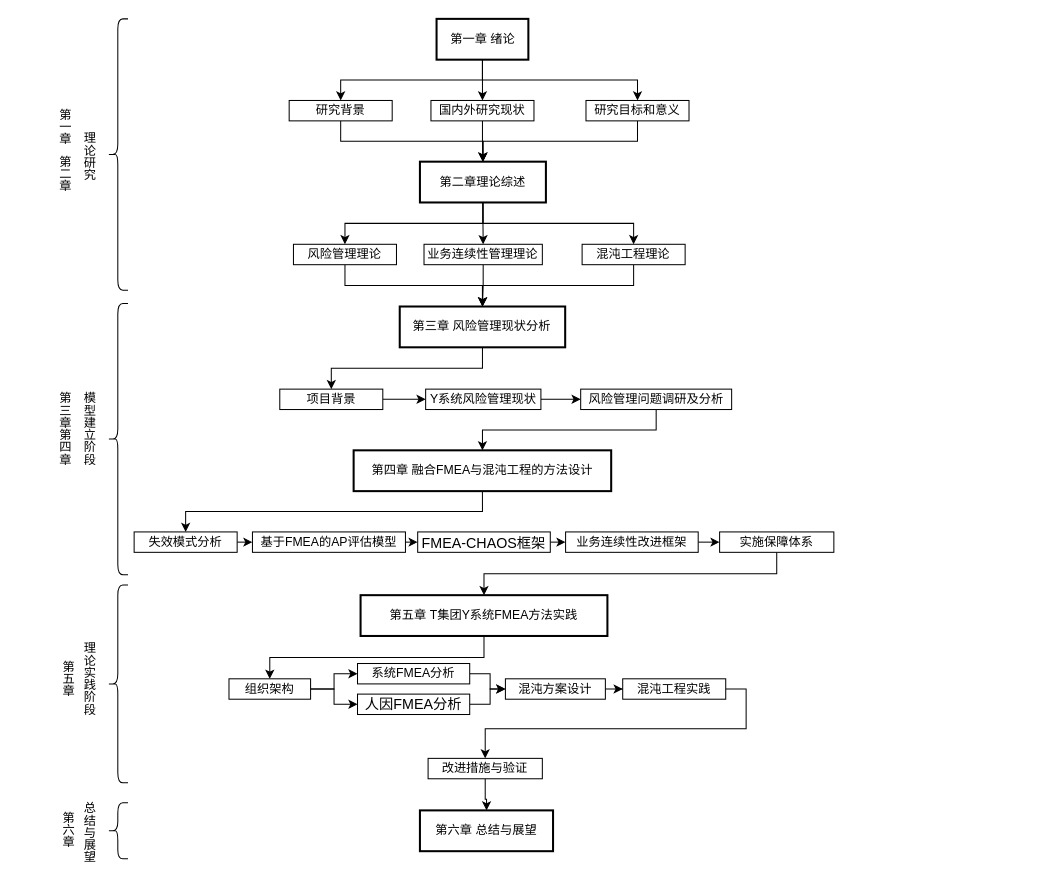
Earlier version of the draw.io diagram 论文内容结构图.drawio (89ao/rss2cubox). Source tidied: cells renumbered, new cells numbered last; positions are measured from the earlier drawing's top-left corner, leaving out a move shared by most shapes. Both pictures are drawn from the tidied source at 102%, with x=0, y=0 at pixel (17, 18).
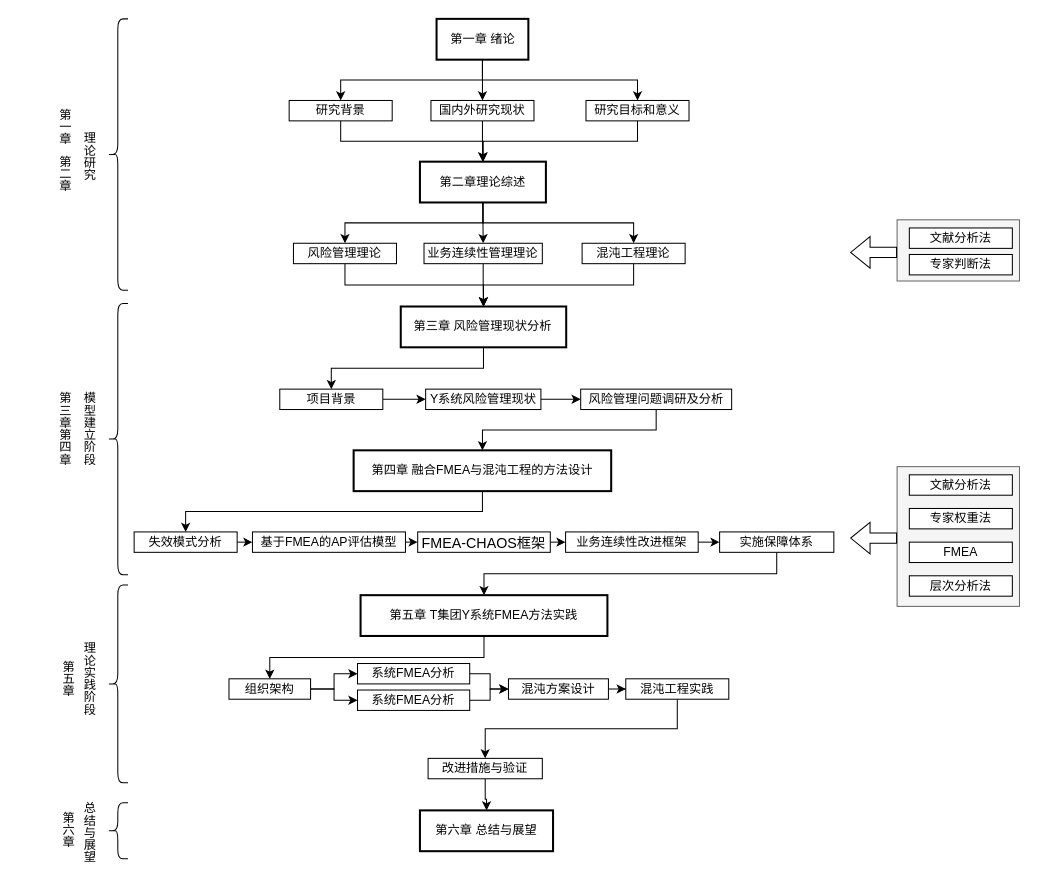
The same page after the edit.

Commit message (it also covers changes not shown here):
更新论文内容结构图.drawio

Unchanged cells that the change refers to:
```xml
<mxCell id="55" value="组织架构" style="rounded=0;whiteSpace=wrap;html=1;" parent="1" vertex="1">
  <mxGeometry x="207" y="647" width="80" height="20" as="geometry" />
</mxCell>
<mxCell id="65" value="改进措施与验证" style="rounded=0;whiteSpace=wrap;html=1;" parent="1" vertex="1">
  <mxGeometry x="402.2" y="725" width="112" height="20" as="geometry" />
</mxCell>
```

The edit, as a diff of the source:
```diff
@@
     <mxCell id="26" value="风险管理理论" style="rounded=0;whiteSpace=wrap;html=1;" parent="1" vertex="1">
-      <mxGeometry x="270.2" y="221" width="101" height="20" as="geometry" />
+      <mxGeometry x="270.2" y="220" width="101" height="20" as="geometry" />
     </mxCell>
@@
     <mxCell id="28" value="业务连续性管理理论" style="rounded=0;whiteSpace=wrap;html=1;" parent="1" vertex="1">
-      <mxGeometry x="398.2" y="221" width="116" height="20" as="geometry" />
+      <mxGeometry x="398.2" y="220" width="116" height="20" as="geometry" />
     </mxCell>
@@
     <mxCell id="30" value="混沌工程理论" style="rounded=0;whiteSpace=wrap;html=1;" parent="1" vertex="1">
-      <mxGeometry x="553.2" y="221" width="101" height="20" as="geometry" />
+      <mxGeometry x="553.2" y="220" width="101" height="20" as="geometry" />
     </mxCell>
@@
     <mxCell id="32" value="第三章 风险管理现状分析" style="rounded=0;whiteSpace=wrap;html=1;strokeWidth=2;" parent="1" vertex="1">
-      <mxGeometry x="374.4" y="282" width="162.2" height="40" as="geometry" />
+      <mxGeometry x="375.4" y="282" width="162.2" height="40" as="geometry" />
     </mxCell>
@@
-    <mxCell id="54" style="edgeStyle=orthogonalEdgeStyle;rounded=0;jettySize=auto;html=1;exitX=1;exitY=0.5;exitDx=0;exitDy=0;entryX=0;entryY=0.5;entryDx=0;entryDy=0;" parent="1" edge="1" source="55" target="61">
+    <mxCell id="54" style="edgeStyle=orthogonalEdgeStyle;rounded=0;jettySize=auto;html=1;exitX=1;exitY=0.5;exitDx=0;exitDy=0;entryX=0;entryY=0.5;entryDx=0;entryDy=0;" parent="1" edge="1" source="55" target="82">
       <mxGeometry relative="1" as="geometry" />
     </mxCell>
@@
     <mxCell id="59" value="混沌方案设计" style="rounded=0;whiteSpace=wrap;html=1;" parent="1" vertex="1">
-      <mxGeometry x="478" y="647" width="98" height="20" as="geometry" />
+      <mxGeometry x="481" y="647" width="98" height="20" as="geometry" />
     </mxCell>
-    <mxCell id="60" style="edgeStyle=orthogonalEdgeStyle;rounded=0;jettySize=auto;html=1;entryX=0;entryY=0.5;entryDx=0;entryDy=0;" parent="1" edge="1" source="61" target="59">
-      <mxGeometry relative="1" as="geometry" />
-    </mxCell>
-    <mxCell id="61" value="&lt;div style=&quot;text-align: start;&quot;&gt;&lt;span style=&quot;background-color: transparent; color: light-dark(rgb(0, 0, 0), rgb(255, 255, 255)); font-size: 14px;&quot;&gt;&lt;font face=&quot;黑体&quot;&gt;人因FMEA分析&lt;/font&gt;&lt;/span&gt;&lt;/div&gt;" style="rounded=0;whiteSpace=wrap;html=1;" parent="1" vertex="1">
-      <mxGeometry x="333" y="662" width="110" height="20" as="geometry" />
-    </mxCell>
-    <mxCell id="62" style="edgeStyle=orthogonalEdgeStyle;rounded=0;jettySize=auto;html=1;exitX=1;exitY=0.5;exitDx=0;exitDy=0;entryX=0.5;entryY=0;entryDx=0;entryDy=0;" parent="1" edge="1" source="63" target="65">
+    <mxCell id="62" style="edgeStyle=orthogonalEdgeStyle;rounded=0;jettySize=auto;html=1;exitX=0.5;exitY=1;exitDx=0;exitDy=0;entryX=0.5;entryY=0;entryDx=0;entryDy=0;" parent="1" edge="1" source="63" target="65">
       <mxGeometry relative="1" as="geometry" />
     </mxCell>
     <mxCell id="63" value="混沌工程实践" style="rounded=0;whiteSpace=wrap;html=1;" parent="1" vertex="1">
-      <mxGeometry x="593" y="647" width="101" height="20" as="geometry" />
+      <mxGeometry x="596" y="647" width="101" height="20" as="geometry" />
     </mxCell>
@@
+    <mxCell id="71" style="rounded=0;whiteSpace=wrap;html=1;fillColor=#f5f5f5;fontColor=#333333;strokeColor=#666666;" parent="1" vertex="1">
+      <mxGeometry x="862" y="197" width="120" height="60" as="geometry" />
+    </mxCell>
+    <mxCell id="72" style="shape=flexArrow;endArrow=classic;html=1;rounded=0;" parent="1" edge="1">
+      <mxGeometry relative="1" as="geometry">
+        <mxPoint x="862" y="229" as="sourcePoint" />
+        <mxPoint x="816" y="229" as="targetPoint" />
+      </mxGeometry>
+    </mxCell>
+    <mxCell id="73" value="文献分析法" style="rounded=0;whiteSpace=wrap;html=1;" parent="1" vertex="1">
+      <mxGeometry x="874" y="205" width="101" height="20" as="geometry" />
+    </mxCell>
+    <mxCell id="74" style="rounded=0;whiteSpace=wrap;html=1;fillColor=#f5f5f5;fontColor=#333333;strokeColor=#666666;" parent="1" vertex="1">
+      <mxGeometry x="862" y="439" width="120" height="137" as="geometry" />
+    </mxCell>
+    <mxCell id="75" style="shape=flexArrow;endArrow=classic;html=1;rounded=0;" parent="1" edge="1">
+      <mxGeometry relative="1" as="geometry">
+        <mxPoint x="862" y="509" as="sourcePoint" />
+        <mxPoint x="816" y="509" as="targetPoint" />
+      </mxGeometry>
+    </mxCell>
+    <mxCell id="76" value="文献分析法" style="rounded=0;whiteSpace=wrap;html=1;" parent="1" vertex="1">
+      <mxGeometry x="874" y="447" width="101" height="20" as="geometry" />
+    </mxCell>
+    <mxCell id="77" value="专家权重法" style="rounded=0;whiteSpace=wrap;html=1;" parent="1" vertex="1">
+      <mxGeometry x="874" y="480" width="101" height="20" as="geometry" />
+    </mxCell>
+    <mxCell id="78" value="FMEA" style="rounded=0;whiteSpace=wrap;html=1;" parent="1" vertex="1">
+      <mxGeometry x="874" y="513" width="101" height="20" as="geometry" />
+    </mxCell>
+    <mxCell id="79" value="层次分析法" style="rounded=0;whiteSpace=wrap;html=1;" parent="1" vertex="1">
+      <mxGeometry x="874" y="546" width="101" height="20" as="geometry" />
+    </mxCell>
+    <mxCell id="80" value="专家判断法" style="rounded=0;whiteSpace=wrap;html=1;" parent="1" vertex="1">
+      <mxGeometry x="874" y="231" width="101" height="20" as="geometry" />
+    </mxCell>
+    <mxCell id="81" style="edgeStyle=orthogonalEdgeStyle;rounded=0;jettySize=auto;html=1;exitX=1;exitY=0.5;exitDx=0;exitDy=0;entryX=0;entryY=0.5;entryDx=0;entryDy=0;" parent="1" edge="1" source="82" target="59">
+      <mxGeometry relative="1" as="geometry">
+        <Array as="points">
+          <mxPoint x="463" y="668" />
+          <mxPoint x="463" y="657" />
+        </Array>
+      </mxGeometry>
+    </mxCell>
+    <mxCell id="82" value="系统FMEA分析" style="rounded=0;whiteSpace=wrap;html=1;" parent="1" vertex="1">
+      <mxGeometry x="333" y="658" width="110" height="20" as="geometry" />
+    </mxCell>
```
